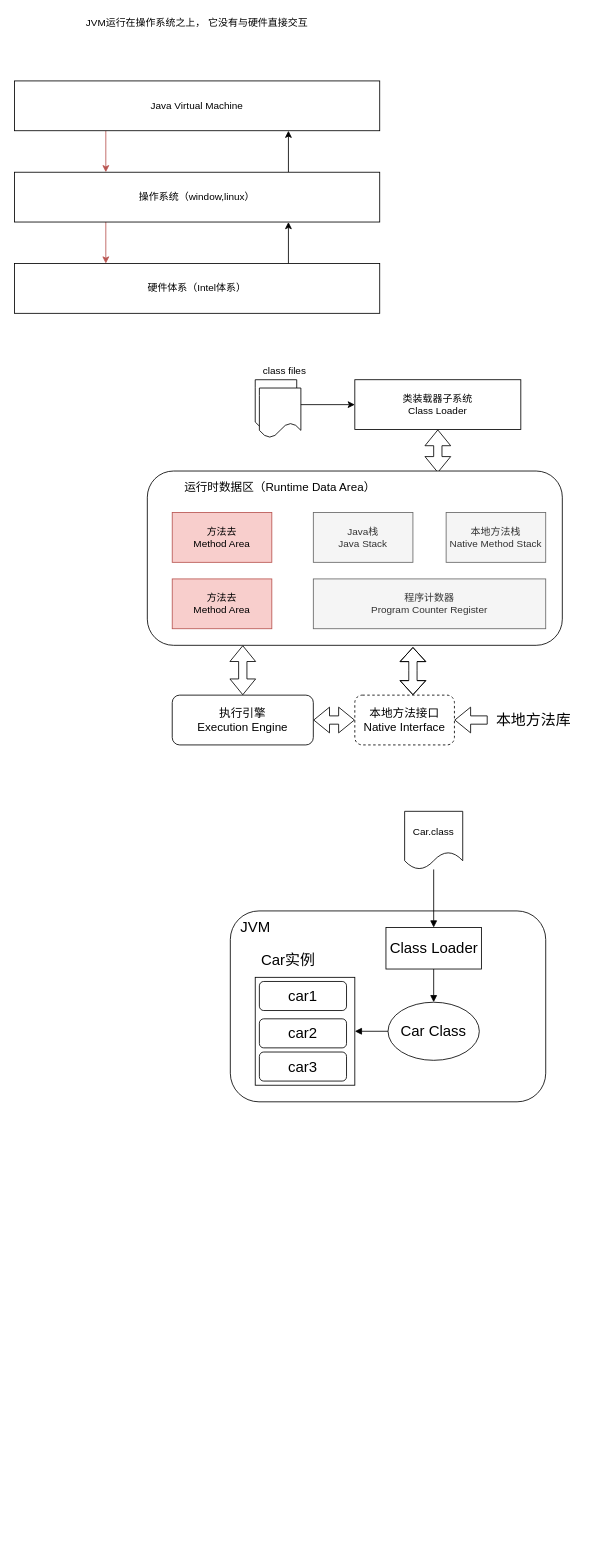
Above: sequence.drawio in pantsli/xmind (draw.io), before the change. Source tidied: cells renumbered, new cells numbered last; positions are measured from the earlier drawing's top-left corner, leaving out a move shared by most shapes. Both pictures are drawn from the tidied source at 83%, with x=0, y=0 at pixel (14, 14).
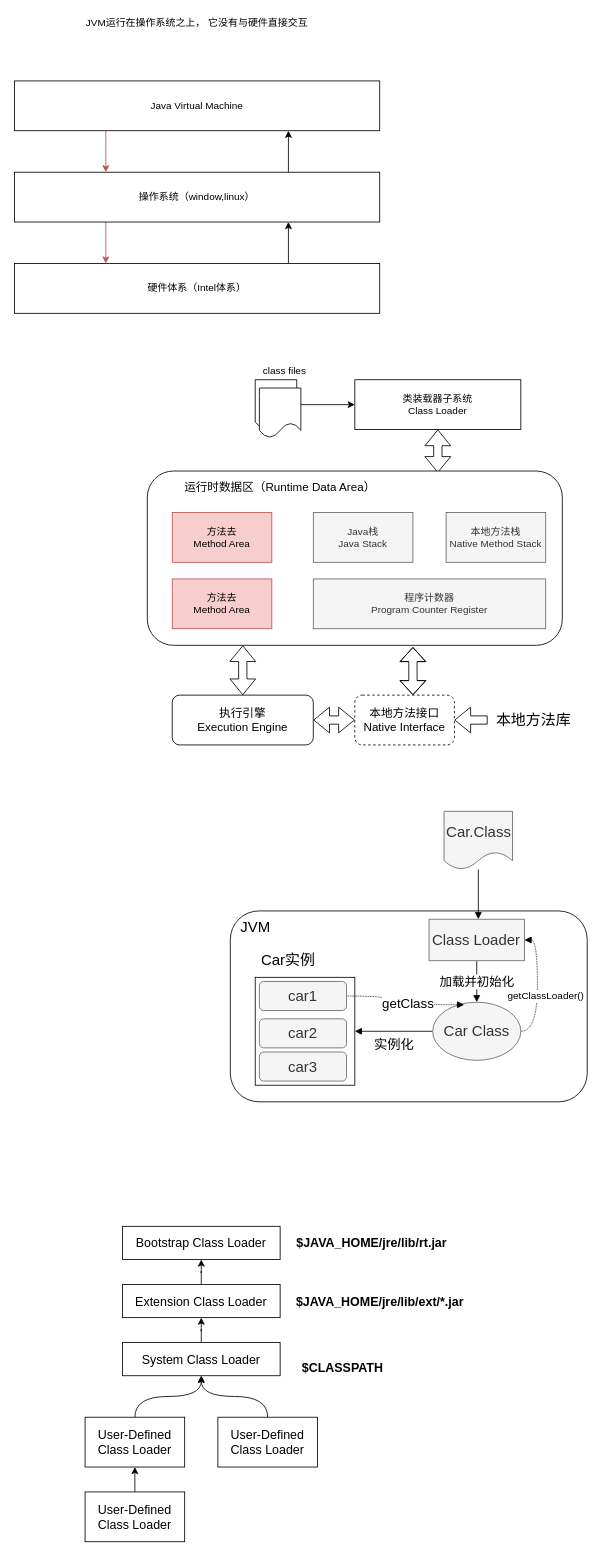
After the change.

Unchanged cells that the change refers to:
```xml
<mxCell id="38" style="rounded=0;whiteSpace=wrap;html=1;fillColor=#ffffff;gradientColor=#ffffff;fontSize=18;" parent="1" vertex="1">
  <mxGeometry x="290" y="1160" width="120" height="130" as="geometry" />
</mxCell>
```

What changed in the source:
```diff
@@
     <mxCell id="30" style="rounded=1;whiteSpace=wrap;html=1;fillColor=#ffffff;gradientColor=#ffffff;fontSize=18;" parent="1" vertex="1">
-      <mxGeometry x="260" y="1080" width="380" height="230" as="geometry" />
+      <mxGeometry x="260" y="1080" width="430" height="230" as="geometry" />
     </mxCell>
@@
-    <mxCell id="32" style="edgeStyle=orthogonalEdgeStyle;rounded=0;jettySize=auto;html=1;startArrow=none;endArrow=block;fillColor=#ffffff;fontSize=18;startFill=0;" parent="1" edge="1" source="33" target="35">
-      <mxGeometry relative="1" as="geometry" />
+    <mxCell id="32" style="edgeStyle=orthogonalEdgeStyle;rounded=0;jettySize=auto;html=1;startArrow=none;endArrow=block;fillColor=#ffffff;fontSize=18;startFill=0;labelPosition=right;verticalLabelPosition=middle;align=left;verticalAlign=middle;" parent="1" edge="1" source="33" target="35">
+      <mxGeometry relative="1" as="geometry">
+        <Array as="points">
+          <mxPoint x="559" y="1050" />
+          <mxPoint x="559" y="1050" />
+        </Array>
+      </mxGeometry>
     </mxCell>
-    <mxCell id="33" value="Car.class" style="shape=document;whiteSpace=wrap;html=1;boundedLbl=1;fillColor=#ffffff;gradientColor=#ffffff;" parent="1" vertex="1">
-      <mxGeometry x="470" y="960" width="70" height="70" as="geometry" />
+    <mxCell id="33" value="&lt;span style=&quot;font-size: 18px&quot;&gt;Car.Class&lt;/span&gt;" style="shape=document;whiteSpace=wrap;html=1;boundedLbl=1;fillColor=#f5f5f5;strokeColor=#666666;fontColor=#333333;" parent="1" vertex="1">
+      <mxGeometry x="517.5" y="960" width="82.5" height="70" as="geometry" />
     </mxCell>
-    <mxCell id="34" style="edgeStyle=orthogonalEdgeStyle;rounded=0;jettySize=auto;html=1;startArrow=none;endArrow=block;fillColor=#ffffff;fontSize=18;startFill=0;" parent="1" edge="1" source="35" target="37">
-      <mxGeometry relative="1" as="geometry" />
+    <mxCell id="34" value="加载并初始化" style="edgeStyle=orthogonalEdgeStyle;rounded=0;jettySize=auto;html=1;startArrow=none;endArrow=block;fillColor=#ffffff;fontSize=15;startFill=0;" parent="1" edge="1" source="35" target="37">
+      <mxGeometry relative="1" as="geometry">
+        <Array as="points">
+          <mxPoint x="557" y="1150" />
+          <mxPoint x="557" y="1150" />
+        </Array>
+      </mxGeometry>
     </mxCell>
-    <mxCell id="35" value="Class Loader" style="rounded=0;whiteSpace=wrap;html=1;fillColor=#ffffff;gradientColor=#ffffff;fontSize=18;" parent="1" vertex="1">
-      <mxGeometry x="447.5" y="1100" width="115" height="50" as="geometry" />
+    <mxCell id="35" value="Class Loader" style="rounded=0;whiteSpace=wrap;html=1;fillColor=#f5f5f5;fontSize=18;strokeColor=#666666;fontColor=#333333;" parent="1" vertex="1">
+      <mxGeometry x="499.4" y="1090" width="115" height="50" as="geometry" />
     </mxCell>
-    <mxCell id="36" style="edgeStyle=orthogonalEdgeStyle;rounded=0;jettySize=auto;html=1;exitX=0;exitY=0.5;exitDx=0;exitDy=0;entryX=1;entryY=0.5;entryDx=0;entryDy=0;startArrow=none;endArrow=block;fillColor=#ffffff;fontSize=18;textDirection=rtl;startFill=0;" parent="1" edge="1" source="37" target="38">
+    <mxCell id="36" value="实例化" style="edgeStyle=orthogonalEdgeStyle;rounded=0;jettySize=auto;html=1;exitX=0;exitY=0.5;exitDx=0;exitDy=0;entryX=1;entryY=0.5;entryDx=0;entryDy=0;startArrow=none;endArrow=block;fillColor=#ffffff;fontSize=16;textDirection=rtl;startFill=0;labelPosition=center;verticalLabelPosition=bottom;align=center;verticalAlign=top;" parent="1" edge="1" source="37" target="38">
       <mxGeometry relative="1" as="geometry" />
     </mxCell>
+    <mxCell id="43" style="edgeStyle=orthogonalEdgeStyle;curved=1;rounded=0;jettySize=auto;html=1;entryX=1;entryY=0.5;entryDx=0;entryDy=0;dashed=1;dashPattern=1 1;startArrow=none;startFill=0;endArrow=block;fillColor=#ffffff;fontSize=16;exitX=1;exitY=0.5;exitDx=0;exitDy=0;labelPosition=right;verticalLabelPosition=middle;align=left;verticalAlign=middle;" parent="1" edge="1" source="37" target="35">
+      <mxGeometry relative="1" as="geometry" />
+    </mxCell>
+    <mxCell id="44" value="getClassLoader()" style="edgeLabel;html=1;align=center;verticalAlign=middle;fontSize=12;" parent="43" vertex="1">
+      <mxGeometry x="-0.2" y="1" relative="1" as="geometry">
+        <mxPoint x="10.9" y="-4.6" as="offset" />
+      </mxGeometry>
+    </mxCell>
-    <mxCell id="37" value="Car Class" style="ellipse;whiteSpace=wrap;html=1;fillColor=#ffffff;gradientColor=#ffffff;fontSize=18;" parent="1" vertex="1">
-      <mxGeometry x="450" y="1190" width="110" height="70" as="geometry" />
+    <mxCell id="37" value="Car Class" style="ellipse;whiteSpace=wrap;html=1;fillColor=#f5f5f5;fontSize=18;strokeColor=#666666;fontColor=#333333;" parent="1" vertex="1">
+      <mxGeometry x="503.8" y="1190" width="106.2" height="70" as="geometry" />
     </mxCell>
@@
+    <mxCell id="45" style="edgeStyle=orthogonalEdgeStyle;rounded=0;jettySize=auto;html=1;entryX=0.357;entryY=0.043;entryDx=0;entryDy=0;entryPerimeter=0;startArrow=none;startFill=0;endArrow=block;fillColor=#ffffff;fontSize=18;curved=1;labelPosition=center;verticalLabelPosition=top;align=center;verticalAlign=bottom;dashed=1;dashPattern=1 1;" parent="1" edge="1" source="40" target="37">
+      <mxGeometry relative="1" as="geometry" />
+    </mxCell>
+    <mxCell id="46" value="getClass" style="edgeLabel;html=1;align=center;verticalAlign=middle;fontSize=16;" parent="45" vertex="1">
+      <mxGeometry x="0.11" y="2" relative="1" as="geometry" />
+    </mxCell>
-    <mxCell id="40" value="car1" style="rounded=1;whiteSpace=wrap;html=1;fillColor=#ffffff;gradientColor=#ffffff;fontSize=18;" parent="1" vertex="1">
+    <mxCell id="40" value="car1" style="rounded=1;whiteSpace=wrap;html=1;fillColor=#f5f5f5;fontSize=18;strokeColor=#666666;fontColor=#333333;" parent="1" vertex="1">
       <mxGeometry x="295" y="1165" width="105" height="35" as="geometry" />
     </mxCell>
-    <mxCell id="41" value="car2" style="rounded=1;whiteSpace=wrap;html=1;fillColor=#ffffff;gradientColor=#ffffff;fontSize=18;" parent="1" vertex="1">
+    <mxCell id="41" value="car2" style="rounded=1;whiteSpace=wrap;html=1;fillColor=#f5f5f5;fontSize=18;strokeColor=#666666;fontColor=#333333;" parent="1" vertex="1">
       <mxGeometry x="295" y="1210" width="105" height="35" as="geometry" />
     </mxCell>
-    <mxCell id="42" value="car3" style="rounded=1;whiteSpace=wrap;html=1;fillColor=#ffffff;gradientColor=#ffffff;fontSize=18;" parent="1" vertex="1">
+    <mxCell id="42" value="car3" style="rounded=1;whiteSpace=wrap;html=1;fillColor=#f5f5f5;fontSize=18;strokeColor=#666666;fontColor=#333333;" parent="1" vertex="1">
       <mxGeometry x="295" y="1250" width="105" height="35" as="geometry" />
     </mxCell>
+    <mxCell id="47" style="edgeStyle=orthogonalEdgeStyle;curved=1;rounded=0;jettySize=auto;html=1;entryX=0.5;entryY=0;entryDx=0;entryDy=0;startArrow=classic;startFill=1;endArrow=none;fillColor=#ffffff;fontSize=15;endFill=0;" parent="1" edge="1" source="48" target="50">
+      <mxGeometry relative="1" as="geometry" />
+    </mxCell>
+    <mxCell id="48" value="Bootstrap Class Loader" style="rounded=0;whiteSpace=wrap;html=1;fillColor=#ffffff;gradientColor=#ffffff;fontSize=15;" parent="1" vertex="1">
+      <mxGeometry x="130" y="1460" width="190" height="40" as="geometry" />
+    </mxCell>
+    <mxCell id="49" style="edgeStyle=orthogonalEdgeStyle;curved=1;rounded=0;jettySize=auto;html=1;entryX=0.5;entryY=0;entryDx=0;entryDy=0;startArrow=classic;startFill=1;endArrow=none;fillColor=#ffffff;fontSize=15;endFill=0;" parent="1" edge="1" source="50" target="51">
+      <mxGeometry relative="1" as="geometry" />
+    </mxCell>
+    <mxCell id="50" value="Extension Class Loader" style="rounded=0;whiteSpace=wrap;html=1;fillColor=#ffffff;gradientColor=#ffffff;fontSize=15;" parent="1" vertex="1">
+      <mxGeometry x="130" y="1530" width="190" height="40" as="geometry" />
+    </mxCell>
+    <mxCell id="51" value="System Class Loader" style="rounded=0;whiteSpace=wrap;html=1;fillColor=#ffffff;gradientColor=#ffffff;fontSize=15;" parent="1" vertex="1">
+      <mxGeometry x="130" y="1600" width="190" height="40" as="geometry" />
+    </mxCell>
+    <mxCell id="52" style="edgeStyle=orthogonalEdgeStyle;curved=1;rounded=0;jettySize=auto;html=1;exitX=0.5;exitY=0;exitDx=0;exitDy=0;startArrow=none;startFill=0;endArrow=classic;endFill=1;fillColor=#ffffff;fontSize=15;" parent="1" edge="1" source="53" target="51">
+      <mxGeometry relative="1" as="geometry" />
+    </mxCell>
+    <mxCell id="53" value="User-Defined Class Loader" style="rounded=0;whiteSpace=wrap;html=1;fillColor=#ffffff;gradientColor=#ffffff;fontSize=15;" parent="1" vertex="1">
+      <mxGeometry x="85" y="1690" width="120" height="60" as="geometry" />
+    </mxCell>
+    <mxCell id="54" style="edgeStyle=orthogonalEdgeStyle;curved=1;rounded=0;jettySize=auto;html=1;exitX=0.5;exitY=0;exitDx=0;exitDy=0;entryX=0.5;entryY=1;entryDx=0;entryDy=0;startArrow=none;startFill=0;endArrow=classic;endFill=1;fillColor=#ffffff;fontSize=15;" parent="1" edge="1" source="55" target="51">
+      <mxGeometry relative="1" as="geometry" />
+    </mxCell>
+    <mxCell id="55" value="User-Defined Class Loader" style="rounded=0;whiteSpace=wrap;html=1;fillColor=#ffffff;gradientColor=#ffffff;fontSize=15;" parent="1" vertex="1">
+      <mxGeometry x="245" y="1690" width="120" height="60" as="geometry" />
+    </mxCell>
+    <mxCell id="56" style="edgeStyle=orthogonalEdgeStyle;curved=1;rounded=0;jettySize=auto;html=1;exitX=0.5;exitY=0;exitDx=0;exitDy=0;entryX=0.5;entryY=1;entryDx=0;entryDy=0;startArrow=none;startFill=0;endArrow=classic;endFill=1;fillColor=#ffffff;fontSize=15;" parent="1" edge="1" source="57" target="53">
+      <mxGeometry relative="1" as="geometry" />
+    </mxCell>
+    <mxCell id="57" value="User-Defined Class Loader" style="rounded=0;whiteSpace=wrap;html=1;fillColor=#ffffff;gradientColor=#ffffff;fontSize=15;" parent="1" vertex="1">
+      <mxGeometry x="85" y="1780" width="120" height="60" as="geometry" />
+    </mxCell>
+    <mxCell id="58" value="$JAVA_HOME/jre/lib/rt.jar" style="text;html=1;align=center;verticalAlign=middle;fontSize=15;fontStyle=1;" parent="1" vertex="1">
+      <mxGeometry x="330" y="1470" width="200" height="20" as="geometry" />
+    </mxCell>
+    <mxCell id="59" value="$JAVA_HOME/jre/lib/ext/*.jar" style="text;html=1;align=center;verticalAlign=middle;fontSize=15;fontStyle=1;" parent="1" vertex="1">
+      <mxGeometry x="330" y="1540" width="220" height="20" as="geometry" />
+    </mxCell>
+    <mxCell id="60" value="$CLASSPATH" style="text;html=1;align=center;verticalAlign=middle;fontSize=15;fontStyle=1;" parent="1" vertex="1">
+      <mxGeometry x="340" y="1620" width="110" height="20" as="geometry" />
+    </mxCell>
```
